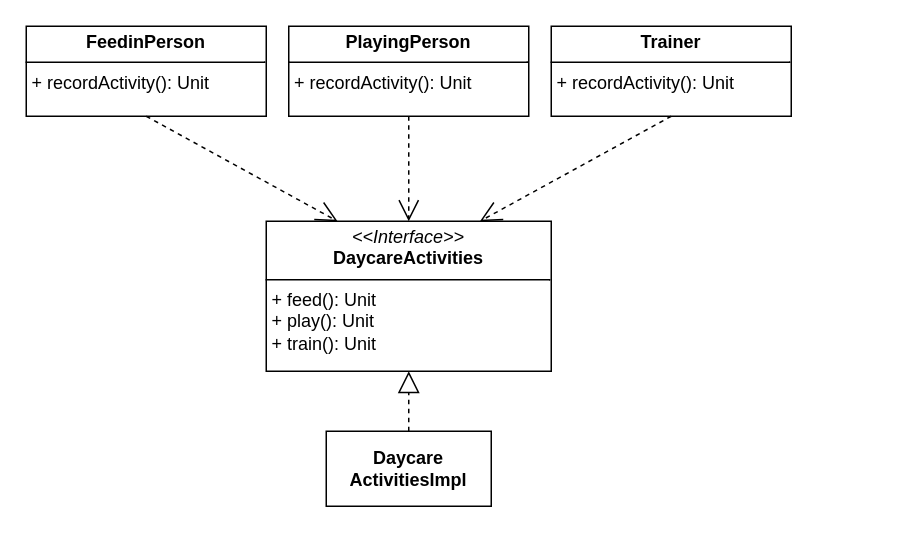
Earlier version of the draw.io diagram page "ISP_violate" (6 of 9) of docs/SOLID_principles_examples.drawio (ievakrumina/solid-playground). Source tidied: cells renumbered, new cells numbered last; positions are measured from the earlier drawing's top-left corner, leaving out a move shared by most shapes. Both pictures are drawn from the tidied source at 150%, with x=0, y=0 at pixel (26, 26).
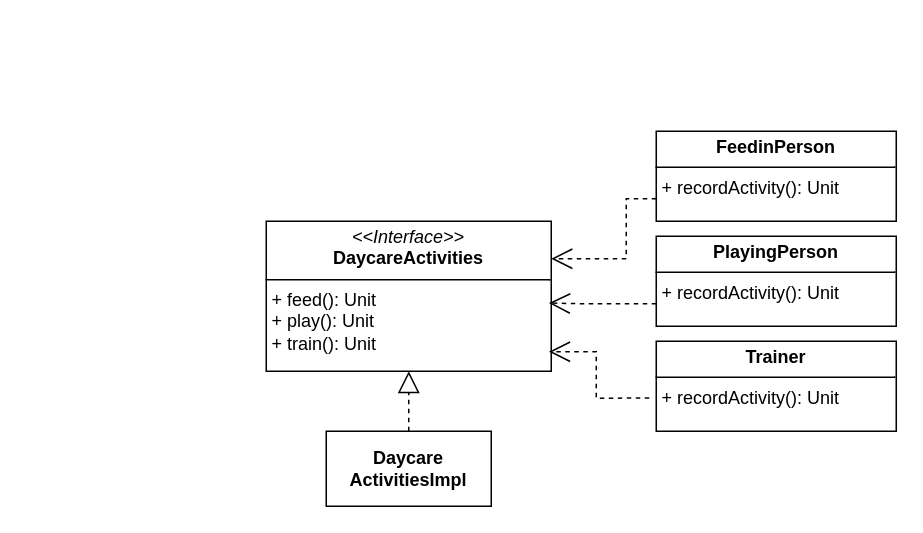
Above is the later version.

What changed in the source:
```diff
@@
 <mxGraphModel>
   <root>
     <mxCell id="0" />
     <mxCell id="1" parent="0" />
     <mxCell id="2" value="&lt;p style=&quot;margin:0px;margin-top:4px;text-align:center;&quot;&gt;&lt;i&gt;&amp;lt;&amp;lt;Interface&amp;gt;&amp;gt;&lt;/i&gt;&lt;br&gt;&lt;b&gt;DaycareActivities&lt;/b&gt;&lt;/p&gt;&lt;hr size=&quot;1&quot; style=&quot;border-style:solid;&quot;&gt;&lt;p style=&quot;margin:0px;margin-left:4px;&quot;&gt;+ feed(): Unit&lt;br&gt;+ play(): Unit&lt;br&gt;+ train(): Unit&lt;/p&gt;" style="verticalAlign=top;align=left;overflow=fill;html=1;whiteSpace=wrap;" parent="1" vertex="1">
       <mxGeometry x="160" y="130" width="190" height="100" as="geometry" />
     </mxCell>
     <mxCell id="3" value="&lt;b&gt;Daycare&lt;br&gt;ActivitiesImpl&lt;/b&gt;" style="html=1;whiteSpace=wrap;" parent="1" vertex="1">
       <mxGeometry x="200" y="270" width="110" height="50" as="geometry" />
     </mxCell>
     <mxCell id="4" value="&lt;p style=&quot;margin:0px;margin-top:4px;text-align:center;&quot;&gt;&lt;b&gt;Trainer&lt;/b&gt;&lt;/p&gt;&lt;hr size=&quot;1&quot; style=&quot;border-style:solid;&quot;&gt;&lt;p style=&quot;margin:0px;margin-left:4px;&quot;&gt;+ recordActivity(): Unit&lt;/p&gt;" style="verticalAlign=top;align=left;overflow=fill;html=1;whiteSpace=wrap;" parent="1" vertex="1">
-      <mxGeometry x="350" width="160" height="60" as="geometry" />
+      <mxGeometry x="420" y="210" width="160" height="60" as="geometry" />
     </mxCell>
     <mxCell id="5" value="&lt;p style=&quot;margin:0px;margin-top:4px;text-align:center;&quot;&gt;&lt;b&gt;PlayingPerson&lt;/b&gt;&lt;/p&gt;&lt;hr size=&quot;1&quot; style=&quot;border-style:solid;&quot;&gt;&lt;p style=&quot;margin:0px;margin-left:4px;&quot;&gt;+ recordActivity(): Unit&lt;/p&gt;" style="verticalAlign=top;align=left;overflow=fill;html=1;whiteSpace=wrap;" parent="1" vertex="1">
-      <mxGeometry x="175" width="160" height="60" as="geometry" />
+      <mxGeometry x="420" y="140" width="160" height="60" as="geometry" />
     </mxCell>
     <mxCell id="6" value="&lt;p style=&quot;margin:0px;margin-top:4px;text-align:center;&quot;&gt;&lt;b&gt;FeedinPerson&lt;/b&gt;&lt;/p&gt;&lt;hr size=&quot;1&quot; style=&quot;border-style:solid;&quot;&gt;&lt;p style=&quot;margin:0px;margin-left:4px;&quot;&gt;+ recordActivity(): Unit&lt;/p&gt;" style="verticalAlign=top;align=left;overflow=fill;html=1;whiteSpace=wrap;" parent="1" vertex="1">
-      <mxGeometry width="160" height="60" as="geometry" />
+      <mxGeometry x="420" y="70" width="160" height="60" as="geometry" />
     </mxCell>
     <mxCell id="7" style="endArrow=block;dashed=1;endFill=0;endSize=12;html=1;rounded=0;exitX=0.5;exitY=0;exitDx=0;exitDy=0;entryX=0.5;entryY=1;entryDx=0;entryDy=0;" parent="1" edge="1" source="3" target="2">
       <mxGeometry relative="1" as="geometry" />
     </mxCell>
-    <mxCell id="8" style="endArrow=open;endSize=12;dashed=1;html=1;rounded=0;exitX=0.5;exitY=1;exitDx=0;exitDy=0;entryX=0.25;entryY=0;entryDx=0;entryDy=0;" parent="1" edge="1" source="6" target="2">
-      <mxGeometry relative="1" as="geometry" />
+    <mxCell id="8" style="endArrow=open;endSize=12;dashed=1;html=1;rounded=0;exitX=0;exitY=0.75;exitDx=0;exitDy=0;entryX=1;entryY=0.25;entryDx=0;entryDy=0;" parent="1" edge="1" source="6" target="2">
+      <mxGeometry relative="1" as="geometry">
+        <Array as="points">
+          <mxPoint x="400" y="115" />
+          <mxPoint x="400" y="155" />
+        </Array>
+      </mxGeometry>
     </mxCell>
-    <mxCell id="9" style="endArrow=open;endSize=12;dashed=1;html=1;rounded=0;exitX=0.5;exitY=1;exitDx=0;exitDy=0;entryX=0.5;entryY=0;entryDx=0;entryDy=0;" parent="1" edge="1" source="5" target="2">
-      <mxGeometry relative="1" as="geometry" />
+    <mxCell id="9" style="endArrow=open;endSize=12;dashed=1;html=1;rounded=0;exitX=0;exitY=0.75;exitDx=0;exitDy=0;entryX=0.992;entryY=0.545;entryDx=0;entryDy=0;entryPerimeter=0;" parent="1" edge="1" source="5" target="2">
+      <mxGeometry relative="1" as="geometry">
+        <Array as="points">
+          <mxPoint x="370" y="185" />
+        </Array>
+      </mxGeometry>
     </mxCell>
-    <mxCell id="10" style="endArrow=open;endSize=12;dashed=1;html=1;rounded=0;exitX=0.5;exitY=1;exitDx=0;exitDy=0;entryX=0.75;entryY=0;entryDx=0;entryDy=0;" parent="1" edge="1" source="4" target="2">
-      <mxGeometry relative="1" as="geometry" />
+    <mxCell id="10" style="endArrow=open;endSize=12;dashed=1;html=1;rounded=0;exitX=-0.029;exitY=0.63;exitDx=0;exitDy=0;entryX=0.992;entryY=0.87;entryDx=0;entryDy=0;exitPerimeter=0;entryPerimeter=0;" parent="1" edge="1" source="4" target="2">
+      <mxGeometry relative="1" as="geometry">
+        <Array as="points">
+          <mxPoint x="380" y="248" />
+          <mxPoint x="380" y="217" />
+        </Array>
+      </mxGeometry>
     </mxCell>
   </root>
 </mxGraphModel>
```
